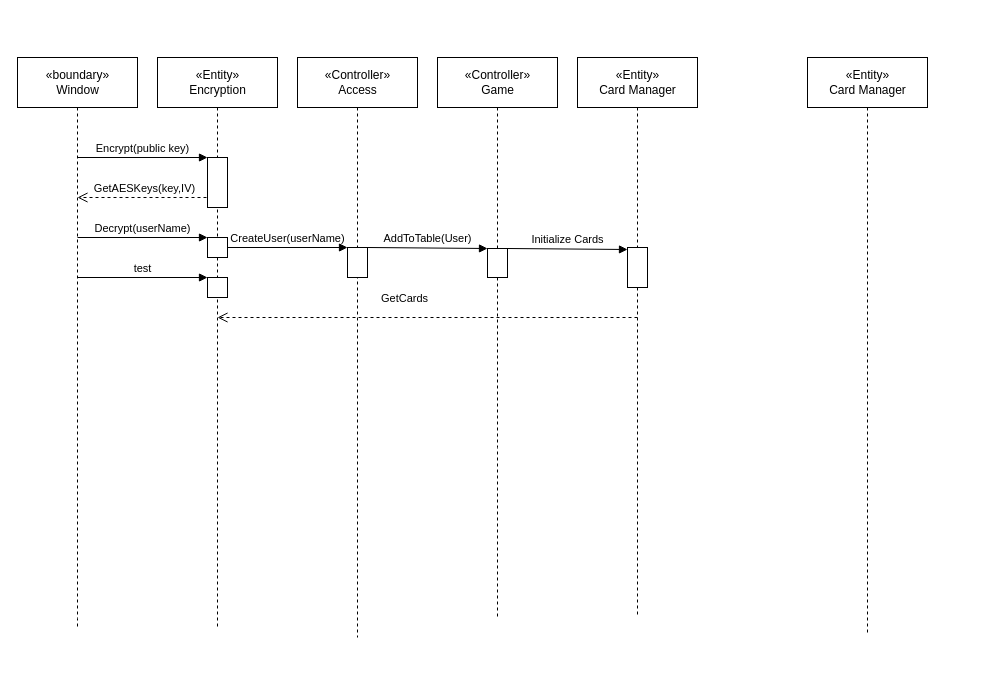
Above: Dokumentation/SD Diagram.drawio in AndreasBollNielsen/PinkLadiesPoker_GameEngine (draw.io), before the change. Source tidied: cells renumbered, new cells numbered last; positions are measured from the earlier drawing's top-left corner, leaving out a move shared by most shapes. Both pictures are drawn from the tidied source at 100%, with x=0, y=0 at pixel (17, 57).
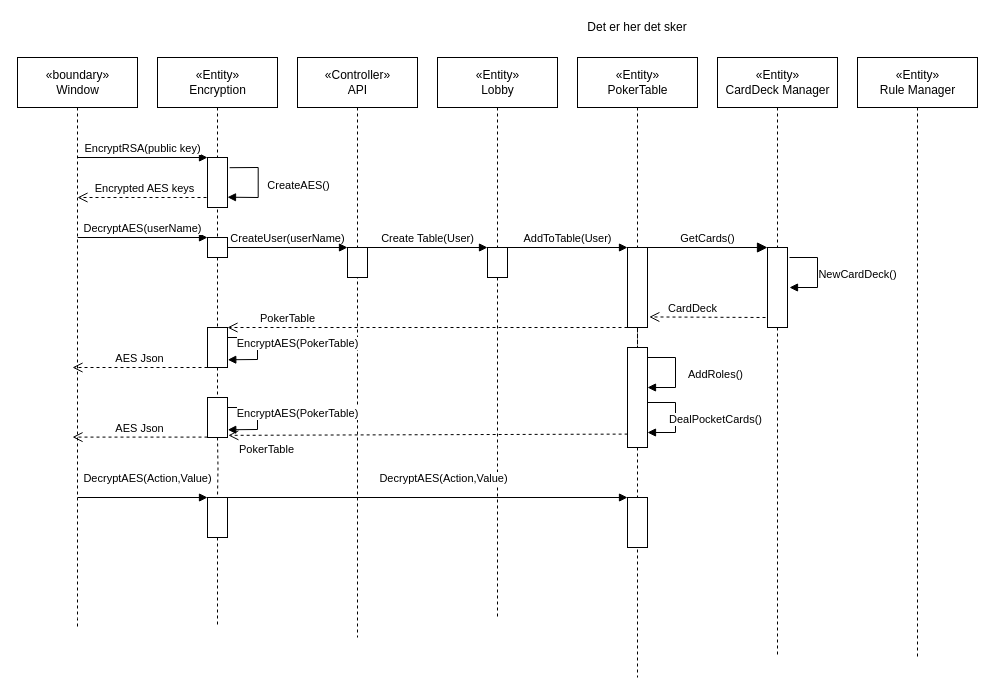
Above is the later version.

Unchanged cells that the change refers to:
```xml
<mxCell id="17" style="rounded=0;whiteSpace=wrap;html=1;" parent="1" vertex="1">
  <mxGeometry x="190" y="180" width="20" height="20" as="geometry" />
</mxCell>
<mxCell id="19" style="rounded=0;whiteSpace=wrap;html=1;" parent="1" vertex="1">
  <mxGeometry x="190" y="100" width="20" height="50" as="geometry" />
</mxCell>
```

What changed in the source:
```diff
@@
-    <mxCell id="4" style="edgeStyle=orthogonalEdgeStyle;rounded=0;jettySize=auto;html=1;dashed=1;endArrow=none;endFill=0;exitX=0.5;exitY=1;exitDx=0;exitDy=0;" parent="1" edge="1" source="17">
+    <mxCell id="4" style="edgeStyle=orthogonalEdgeStyle;rounded=0;jettySize=auto;html=1;dashed=1;endArrow=none;endFill=0;exitX=0.5;exitY=1;exitDx=0;exitDy=0;" parent="1" edge="1" source="54">
       <mxGeometry relative="1" as="geometry">
         <mxPoint x="200" y="570" as="targetPoint" />
         <Array as="points">
           <mxPoint x="200" y="570" />
           <mxPoint x="200" y="570" />
         </Array>
       </mxGeometry>
     </mxCell>
@@
-    <mxCell id="6" value="«Controller»&lt;br&gt;Game" style="html=1;" parent="1" vertex="1">
+    <mxCell id="6" value="«Entity»&lt;br&gt;Lobby" style="html=1;" parent="1" vertex="1">
       <mxGeometry x="420" width="120" height="50" as="geometry" />
     </mxCell>
@@
-    <mxCell id="8" value="«Controller»&lt;br&gt;Access" style="html=1;" parent="1" vertex="1">
+    <mxCell id="8" value="«Controller»&lt;br&gt;API" style="html=1;" parent="1" vertex="1">
       <mxGeometry x="280" width="120" height="50" as="geometry" />
     </mxCell>
@@
-    <mxCell id="10" style="edgeStyle=orthogonalEdgeStyle;rounded=0;jettySize=auto;html=1;dashed=1;labelBackgroundColor=none;endArrow=none;endFill=0;" parent="1" edge="1" source="25">
+    <mxCell id="10" style="edgeStyle=orthogonalEdgeStyle;rounded=0;jettySize=auto;html=1;dashed=1;labelBackgroundColor=none;endArrow=none;endFill=0;exitX=0.5;exitY=1;exitDx=0;exitDy=0;" parent="1" edge="1" source="25">
       <mxGeometry relative="1" as="geometry">
-        <mxPoint x="620" y="560" as="targetPoint" />
+        <mxPoint x="760" y="600" as="targetPoint" />
       </mxGeometry>
     </mxCell>
-    <mxCell id="11" value="«Entity»&lt;br&gt;Card Manager" style="html=1;" parent="1" vertex="1">
-      <mxGeometry x="560" width="120" height="50" as="geometry" />
+    <mxCell id="11" value="«Entity»&lt;br&gt;CardDeck Manager" style="html=1;" parent="1" vertex="1">
+      <mxGeometry x="700" width="120" height="50" as="geometry" />
     </mxCell>
-    <mxCell id="12" style="rounded=0;whiteSpace=wrap;html=1;" parent="1" vertex="1">
-      <mxGeometry x="190" y="220" width="20" height="20" as="geometry" />
-    </mxCell>
-    <mxCell id="13" value="test" style="html=1;verticalAlign=bottom;endArrow=block;entryX=0;entryY=0;entryDx=0;entryDy=0;" parent="1" edge="1" target="12">
-      <mxGeometry relative="1" as="geometry">
-        <mxPoint x="60" y="220" as="sourcePoint" />
-      </mxGeometry>
-    </mxCell>
-    <mxCell id="14" value="Encrypt(public key)" style="html=1;verticalAlign=bottom;endArrow=block;entryX=0;entryY=0;entryDx=0;entryDy=0;" parent="1" edge="1" target="19">
+    <mxCell id="14" value="EncryptRSA(public key)" style="html=1;verticalAlign=bottom;endArrow=block;entryX=0;entryY=0;entryDx=0;entryDy=0;" parent="1" edge="1" target="19">
       <mxGeometry relative="1" as="geometry">
         <mxPoint x="60" y="100" as="sourcePoint" />
       </mxGeometry>
     </mxCell>
-    <mxCell id="15" value="GetAESKeys(key,IV)" style="html=1;verticalAlign=bottom;endArrow=open;dashed=1;endSize=8;" parent="1" edge="1">
+    <mxCell id="15" value="Encrypted AES keys" style="html=1;verticalAlign=bottom;endArrow=open;dashed=1;endSize=8;" parent="1" edge="1">
       <mxGeometry relative="1" as="geometry">
         <mxPoint x="195" y="140" as="sourcePoint" />
         <mxPoint x="60" y="140" as="targetPoint" />
       </mxGeometry>
     </mxCell>
-    <mxCell id="16" value="Decrypt(userName)" style="html=1;verticalAlign=bottom;endArrow=block;entryX=0;entryY=0;entryDx=0;entryDy=0;" parent="1" edge="1" target="17">
+    <mxCell id="16" value="DecryptAES(userName)" style="html=1;verticalAlign=bottom;endArrow=block;entryX=0;entryY=0;entryDx=0;entryDy=0;" parent="1" edge="1" target="17">
       <mxGeometry relative="1" as="geometry">
         <mxPoint x="60" y="180" as="sourcePoint" />
       </mxGeometry>
     </mxCell>
@@
-    <mxCell id="22" value="AddToTable(User)" style="html=1;verticalAlign=bottom;endArrow=block;entryX=0;entryY=0;entryDx=0;entryDy=0;" parent="1" edge="1" target="23">
+    <mxCell id="22" value="Create Table(User)" style="html=1;verticalAlign=bottom;endArrow=block;entryX=0;entryY=0;entryDx=0;entryDy=0;" parent="1" edge="1" target="23">
       <mxGeometry relative="1" as="geometry">
         <mxPoint x="350" y="190" as="sourcePoint" />
       </mxGeometry>
     </mxCell>
     <mxCell id="23" style="rounded=0;whiteSpace=wrap;html=1;" parent="1" vertex="1">
-      <mxGeometry x="470" y="191" width="20" height="29" as="geometry" />
+      <mxGeometry x="470" y="190" width="20" height="30" as="geometry" />
     </mxCell>
@@
     <mxCell id="25" style="rounded=0;whiteSpace=wrap;html=1;" parent="1" vertex="1">
-      <mxGeometry x="610" y="190" width="20" height="40" as="geometry" />
+      <mxGeometry x="750" y="190" width="20" height="80" as="geometry" />
     </mxCell>
@@
-    <mxCell id="27" value="Initialize Cards" style="html=1;verticalAlign=bottom;endArrow=block;entryX=0;entryY=0;entryDx=0;entryDy=0;" parent="1" edge="1">
-      <mxGeometry relative="1" as="geometry">
-        <mxPoint x="490" y="191" as="sourcePoint" />
-        <mxPoint x="610" y="192" as="targetPoint" />
+    <mxCell id="27" value="NewCardDeck()" style="html=1;verticalAlign=bottom;endArrow=block;rounded=0;" parent="1" edge="1">
+      <mxGeometry x="0.26" y="40" relative="1" as="geometry">
+        <mxPoint x="772" y="200" as="sourcePoint" />
+        <mxPoint x="772" y="230" as="targetPoint" />
+        <Array as="points">
+          <mxPoint x="800" y="200" />
+          <mxPoint x="800" y="230" />
+        </Array>
       </mxGeometry>
     </mxCell>
-    <mxCell id="28" value="GetCards" style="html=1;verticalAlign=bottom;endArrow=open;dashed=1;endSize=8;align=center;" parent="1" edge="1">
-      <mxGeometry x="0.11" y="-10" relative="1" as="geometry">
-        <mxPoint x="620" y="260" as="sourcePoint" />
-        <mxPoint x="200" y="260" as="targetPoint" />
-      </mxGeometry>
+    <mxCell id="28" value="GetCards()" style="html=1;verticalAlign=bottom;endArrow=block;endSize=8;align=center;endFill=1;exitX=1;exitY=0;exitDx=0;exitDy=0;entryX=0;entryY=0;entryDx=0;entryDy=0;" parent="1" edge="1" source="35" target="25">
+      <mxGeometry relative="1" as="geometry" />
     </mxCell>
-    <mxCell id="29" style="edgeStyle=orthogonalEdgeStyle;rounded=0;jettySize=auto;html=1;dashed=1;labelBackgroundColor=none;endArrow=none;endFill=0;align=center;" parent="1" edge="1" source="30">
+    <mxCell id="29" style="edgeStyle=orthogonalEdgeStyle;rounded=0;jettySize=auto;html=1;dashed=1;labelBackgroundColor=none;endArrow=none;endFill=0;align=center;" parent="1" edge="1" source="42">
       <mxGeometry relative="1" as="geometry">
-        <mxPoint x="850" y="576.7" as="targetPoint" />
+        <mxPoint x="620" y="620" as="targetPoint" />
+        <Array as="points">
+          <mxPoint x="620" y="610" />
+          <mxPoint x="620" y="610" />
+        </Array>
       </mxGeometry>
     </mxCell>
-    <mxCell id="30" value="«Entity»&lt;br&gt;Card Manager" style="html=1;" parent="1" vertex="1">
-      <mxGeometry x="790" width="120" height="50" as="geometry" />
+    <mxCell id="30" value="«Entity»&lt;br&gt;PokerTable" style="html=1;" parent="1" vertex="1">
+      <mxGeometry x="560" width="120" height="50" as="geometry" />
     </mxCell>
+    <mxCell id="31" value="CardDeck" style="html=1;verticalAlign=bottom;endArrow=open;dashed=1;endSize=8;entryX=1.09;entryY=0.868;entryDx=0;entryDy=0;entryPerimeter=0;" parent="1" edge="1" target="35">
+      <mxGeometry x="0.26" relative="1" as="geometry">
+        <mxPoint x="748" y="260" as="sourcePoint" />
+      </mxGeometry>
+    </mxCell>
+    <mxCell id="32" value="EncryptAES(PokerTable)" style="html=1;verticalAlign=bottom;endArrow=block;rounded=0;entryX=1.014;entryY=0.807;entryDx=0;entryDy=0;entryPerimeter=0;" parent="1" edge="1" target="39">
+      <mxGeometry x="0.11" y="40" relative="1" as="geometry">
+        <mxPoint x="210" y="280" as="sourcePoint" />
+        <Array as="points">
+          <mxPoint x="240" y="280" />
+          <mxPoint x="240" y="302" />
+        </Array>
+      </mxGeometry>
+    </mxCell>
+    <mxCell id="33" value="AES Json" style="html=1;verticalAlign=bottom;endArrow=open;dashed=1;endSize=8;" parent="1" edge="1">
+      <mxGeometry relative="1" as="geometry">
+        <mxPoint x="190" y="310" as="sourcePoint" />
+        <mxPoint x="55" y="310" as="targetPoint" />
+      </mxGeometry>
+    </mxCell>
+    <mxCell id="34" value="CreateAES()" style="html=1;verticalAlign=bottom;endArrow=block;rounded=0;entryX=0.967;entryY=0.567;entryDx=0;entryDy=0;entryPerimeter=0;exitX=1.074;exitY=0.146;exitDx=0;exitDy=0;exitPerimeter=0;" parent="1" edge="1">
+      <mxGeometry x="0.26" y="40" relative="1" as="geometry">
+        <mxPoint x="212.1" y="110.2" as="sourcePoint" />
+        <mxPoint x="210" y="139.7" as="targetPoint" />
+        <Array as="points">
+          <mxPoint x="240.7" y="110" />
+          <mxPoint x="240.7" y="140" />
+        </Array>
+      </mxGeometry>
+    </mxCell>
+    <mxCell id="35" style="rounded=0;whiteSpace=wrap;html=1;" parent="1" vertex="1">
+      <mxGeometry x="610" y="190" width="20" height="80" as="geometry" />
+    </mxCell>
+    <mxCell id="36" style="edgeStyle=orthogonalEdgeStyle;rounded=0;jettySize=auto;html=1;dashed=1;labelBackgroundColor=none;endArrow=none;endFill=0;align=center;" parent="1" edge="1" source="30" target="35">
+      <mxGeometry relative="1" as="geometry" />
+    </mxCell>
+    <mxCell id="37" value="AddToTable(User)" style="html=1;verticalAlign=bottom;endArrow=block;entryX=0;entryY=0;entryDx=0;entryDy=0;exitX=1;exitY=0;exitDx=0;exitDy=0;" parent="1" edge="1" source="23" target="35">
+      <mxGeometry relative="1" as="geometry" />
+    </mxCell>
+    <mxCell id="38" value="PokerTable" style="html=1;verticalAlign=bottom;endArrow=open;dashed=1;endSize=8;entryX=1;entryY=0;entryDx=0;entryDy=0;exitX=0;exitY=1;exitDx=0;exitDy=0;" parent="1" edge="1" source="35" target="39">
+      <mxGeometry x="0.7" relative="1" as="geometry" />
+    </mxCell>
+    <mxCell id="39" style="rounded=0;whiteSpace=wrap;html=1;" parent="1" vertex="1">
+      <mxGeometry x="190" y="270" width="20" height="40" as="geometry" />
+    </mxCell>
+    <mxCell id="40" style="edgeStyle=orthogonalEdgeStyle;rounded=0;jettySize=auto;html=1;dashed=1;endArrow=none;endFill=0;exitX=0.5;exitY=1;exitDx=0;exitDy=0;" parent="1" edge="1" source="17" target="39">
+      <mxGeometry relative="1" as="geometry" />
+    </mxCell>
+    <mxCell id="41" value="Det er her det sker" style="text;html=1;strokeColor=none;fillColor=none;align=center;verticalAlign=middle;whiteSpace=wrap;rounded=0;" parent="1" vertex="1">
+      <mxGeometry x="535" y="-40" width="170" height="20" as="geometry" />
+    </mxCell>
+    <mxCell id="42" style="rounded=0;whiteSpace=wrap;html=1;" parent="1" vertex="1">
+      <mxGeometry x="610" y="290" width="20" height="100" as="geometry" />
+    </mxCell>
+    <mxCell id="43" style="edgeStyle=orthogonalEdgeStyle;rounded=0;jettySize=auto;html=1;dashed=1;labelBackgroundColor=none;endArrow=none;endFill=0;align=center;" parent="1" edge="1" source="35" target="42">
+      <mxGeometry relative="1" as="geometry" />
+    </mxCell>
+    <mxCell id="44" value="PokerTable" style="html=1;verticalAlign=bottom;endArrow=open;dashed=1;endSize=8;entryX=1.042;entryY=0.946;entryDx=0;entryDy=0;entryPerimeter=0;exitX=0.007;exitY=0.866;exitDx=0;exitDy=0;exitPerimeter=0;" parent="1" edge="1" source="42" target="46">
+      <mxGeometry x="0.81" y="23" relative="1" as="geometry" />
+    </mxCell>
+    <mxCell id="45" style="edgeStyle=orthogonalEdgeStyle;rounded=0;jettySize=auto;html=1;dashed=1;endArrow=none;endFill=0;exitX=0.5;exitY=1;exitDx=0;exitDy=0;" parent="1" edge="1" source="39">
+      <mxGeometry relative="1" as="geometry">
+        <mxPoint x="200" y="340" as="targetPoint" />
+      </mxGeometry>
+    </mxCell>
+    <mxCell id="46" style="rounded=0;whiteSpace=wrap;html=1;" parent="1" vertex="1">
+      <mxGeometry x="190" y="340" width="20" height="40" as="geometry" />
+    </mxCell>
+    <mxCell id="47" value="EncryptAES(PokerTable)" style="html=1;verticalAlign=bottom;endArrow=block;rounded=0;entryX=1.014;entryY=0.807;entryDx=0;entryDy=0;entryPerimeter=0;" parent="1" edge="1" target="46">
+      <mxGeometry x="0.11" y="40" relative="1" as="geometry">
+        <mxPoint x="210" y="350" as="sourcePoint" />
+        <Array as="points">
+          <mxPoint x="240" y="350" />
+          <mxPoint x="240" y="372" />
+        </Array>
+      </mxGeometry>
+    </mxCell>
+    <mxCell id="48" value="AES Json" style="html=1;verticalAlign=bottom;endArrow=open;dashed=1;endSize=8;" parent="1" edge="1">
+      <mxGeometry relative="1" as="geometry">
+        <mxPoint x="190" y="379.6" as="sourcePoint" />
+        <mxPoint x="55" y="379.6" as="targetPoint" />
+      </mxGeometry>
+    </mxCell>
+    <mxCell id="49" value="DealPocketCards()" style="html=1;verticalAlign=bottom;endArrow=block;rounded=0;" parent="1" edge="1">
+      <mxGeometry x="0.26" y="40" relative="1" as="geometry">
+        <mxPoint x="630" y="345" as="sourcePoint" />
+        <mxPoint x="630" y="375" as="targetPoint" />
+        <Array as="points">
+          <mxPoint x="658" y="345" />
+          <mxPoint x="658" y="375" />
+        </Array>
+      </mxGeometry>
+    </mxCell>
+    <mxCell id="50" value="AddRoles()" style="html=1;verticalAlign=bottom;endArrow=block;rounded=0;" parent="1" edge="1">
+      <mxGeometry x="0.26" y="40" relative="1" as="geometry">
+        <mxPoint x="630" y="300" as="sourcePoint" />
+        <mxPoint x="630" y="330" as="targetPoint" />
+        <Array as="points">
+          <mxPoint x="658" y="300" />
+          <mxPoint x="658" y="330" />
+        </Array>
+      </mxGeometry>
+    </mxCell>
+    <mxCell id="51" style="edgeStyle=orthogonalEdgeStyle;rounded=0;jettySize=auto;html=1;endArrow=none;endFill=0;dashed=1;labelBackgroundColor=none;" parent="1" edge="1" source="52">
+      <mxGeometry relative="1" as="geometry">
+        <mxPoint x="900" y="600" as="targetPoint" />
+      </mxGeometry>
+    </mxCell>
+    <mxCell id="52" value="«Entity»&lt;br&gt;Rule Manager" style="html=1;" parent="1" vertex="1">
+      <mxGeometry x="840" width="120" height="50" as="geometry" />
+    </mxCell>
+    <mxCell id="53" value="DecryptAES(Action,Value)" style="html=1;verticalAlign=bottom;endArrow=block;entryX=0;entryY=0;entryDx=0;entryDy=0;" parent="1" edge="1" target="54">
+      <mxGeometry x="0.08" y="10" relative="1" as="geometry">
+        <mxPoint x="60" y="440" as="sourcePoint" />
+      </mxGeometry>
+    </mxCell>
+    <mxCell id="54" style="rounded=0;whiteSpace=wrap;html=1;" parent="1" vertex="1">
+      <mxGeometry x="190" y="440" width="20" height="40" as="geometry" />
+    </mxCell>
+    <mxCell id="55" style="edgeStyle=orthogonalEdgeStyle;rounded=0;jettySize=auto;html=1;dashed=1;endArrow=none;endFill=0;exitX=0.5;exitY=1;exitDx=0;exitDy=0;" parent="1" edge="1" target="54">
+      <mxGeometry relative="1" as="geometry">
+        <mxPoint x="200" y="380" as="sourcePoint" />
+      </mxGeometry>
+    </mxCell>
+    <mxCell id="56" value="DecryptAES(Action,Value)" style="html=1;verticalAlign=bottom;endArrow=block;entryX=0;entryY=0;entryDx=0;entryDy=0;" parent="1" edge="1" target="57">
+      <mxGeometry x="0.08" y="10" relative="1" as="geometry">
+        <mxPoint x="210" y="440" as="sourcePoint" />
+      </mxGeometry>
+    </mxCell>
+    <mxCell id="57" style="rounded=0;whiteSpace=wrap;html=1;" parent="1" vertex="1">
+      <mxGeometry x="610" y="440" width="20" height="50" as="geometry" />
+    </mxCell>
```
